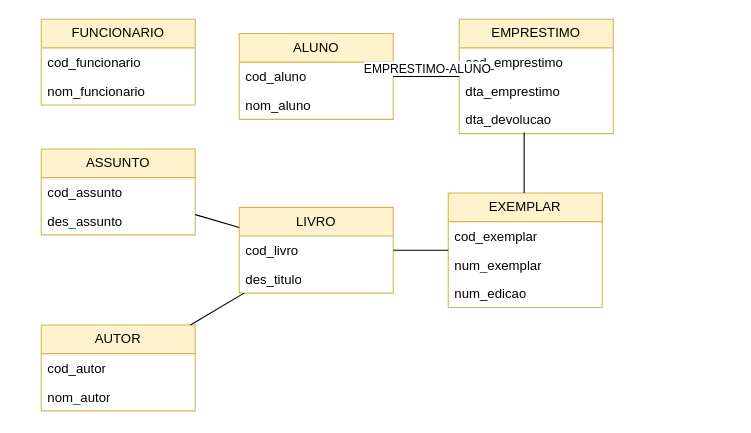
This is vendadeprodutos.drawio from NicolasKevin2/BD, a draw.io file, before an edit. Source tidied: cells renumbered, new cells numbered last; positions are measured from the earlier drawing's top-left corner, leaving out a move shared by most shapes. Both pictures are drawn from the tidied source at 110%, with x=0, y=0 at pixel (41, 19).
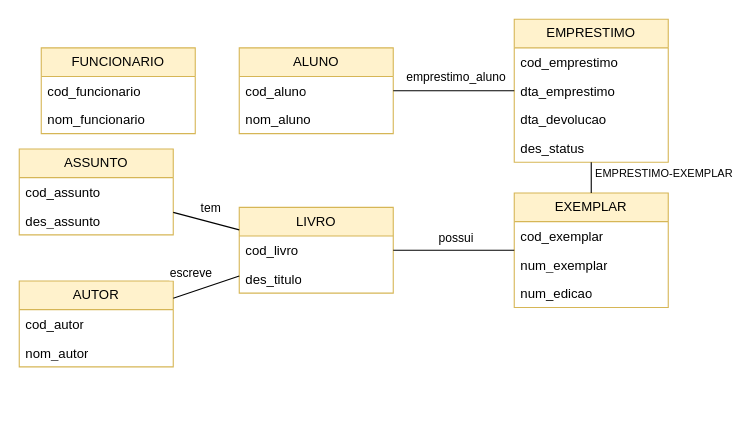
Above is the later version.

Unchanged cells that the change refers to:
```xml
<mxCell id="14" style="endArrow=none;html=1;rounded=0;" parent="1" edge="1" source="8" target="5">
  <mxGeometry relative="1" as="geometry" />
</mxCell>
<mxCell id="18" value="dta_devolucao" style="text;strokeColor=none;fillColor=none;align=left;verticalAlign=top;spacingLeft=4;spacingRight=4;overflow=hidden;points=[[0,0.5],[1,0.5]];portConstraint=eastwest;whiteSpace=wrap;html=1;" parent="15" vertex="1">
  <mxGeometry y="78" width="140" height="26" as="geometry" />
</mxCell>
<mxCell id="23" style="endArrow=none;html=1;rounded=0;" parent="1" edge="1" source="15" target="2">
  <mxGeometry relative="1" as="geometry" />
</mxCell>
<mxCell id="28" style="endArrow=none;html=1;rounded=0;" parent="1" edge="1" source="8" target="25">
  <mxGeometry relative="1" as="geometry" />
</mxCell>
<mxCell id="29" style="endArrow=none;html=1;rounded=0;" parent="1" edge="1" source="8" target="19">
  <mxGeometry relative="1" as="geometry" />
</mxCell>
```

The edit, as a diff of the source:
```diff
@@
     <mxCell id="2" value="ALUNO" style="swimlane;fontStyle=0;horizontal=1;startSize=26;fillColor=#fff2cc;whiteSpace=wrap;html=1;strokeColor=#d6b656;" parent="1" vertex="1">
-      <mxGeometry x="180" y="13" width="140" height="78" as="geometry" />
+      <mxGeometry x="180" y="26" width="140" height="78" as="geometry" />
     </mxCell>
@@
     <mxCell id="5" value="AUTOR" style="swimlane;fontStyle=0;horizontal=1;startSize=26;fillColor=#fff2cc;whiteSpace=wrap;html=1;strokeColor=#d6b656;" parent="1" vertex="1">
-      <mxGeometry y="278" width="140" height="78" as="geometry" />
+      <mxGeometry x="-20" y="238" width="140" height="78" as="geometry" />
     </mxCell>
@@
     <mxCell id="11" value="FUNCIONARIO" style="swimlane;fontStyle=0;horizontal=1;startSize=26;fillColor=#fff2cc;whiteSpace=wrap;html=1;strokeColor=#d6b656;" parent="1" vertex="1">
-      <mxGeometry width="140" height="78" as="geometry" />
+      <mxGeometry y="26" width="140" height="78" as="geometry" />
     </mxCell>
@@
+    <mxCell id="31" value="escreve" style="edgeLabel;html=1;align=center;verticalAlign=middle;" parent="14" vertex="1">
+      <mxGeometry x="-0.17" y="2" relative="1" as="geometry">
+        <mxPoint x="-20" y="-13" as="offset" />
+      </mxGeometry>
+    </mxCell>
     <mxCell id="15" value="EMPRESTIMO" style="swimlane;fontStyle=0;horizontal=1;startSize=26;fillColor=#fff2cc;whiteSpace=wrap;html=1;strokeColor=#d6b656;" parent="1" vertex="1">
-      <mxGeometry x="380" width="140" height="104" as="geometry" />
+      <mxGeometry x="430" width="140" height="130" as="geometry" />
     </mxCell>
@@
+    <mxCell id="32" value="des_status" style="text;strokeColor=none;fillColor=none;align=left;verticalAlign=top;spacingLeft=4;spacingRight=4;overflow=hidden;whiteSpace=wrap;html=1;" parent="15" vertex="1">
+      <mxGeometry y="104" width="140" height="26" as="geometry" />
+    </mxCell>
     <mxCell id="19" value="EXEMPLAR" style="swimlane;fontStyle=0;horizontal=1;startSize=26;fillColor=#fff2cc;whiteSpace=wrap;html=1;strokeColor=#d6b656;" parent="1" vertex="1">
-      <mxGeometry x="370" y="158" width="140" height="104" as="geometry" />
+      <mxGeometry x="430" y="158" width="140" height="104" as="geometry" />
     </mxCell>
@@
-    <mxCell id="24" value="EMPRESTIMO-ALUNO" style="edgeLabel;html=1;align=center;verticalAlign=middle;" parent="23" vertex="1">
-      <mxGeometry x="-0.03" y="-2" relative="1" as="geometry">
-        <mxPoint x="-1" y="-6" as="offset" />
-      </mxGeometry>
-    </mxCell>
+    <mxCell id="33" value="emprestimo_aluno" style="edgeLabel;html=1;align=center;verticalAlign=middle;" parent="23" vertex="1">
+      <mxGeometry x="-0.02" relative="1" as="geometry">
+        <mxPoint y="-13" as="offset" />
+      </mxGeometry>
+    </mxCell>
     <mxCell id="25" value="ASSUNTO" style="swimlane;fontStyle=0;horizontal=1;startSize=26;fillColor=#fff2cc;whiteSpace=wrap;html=1;strokeColor=#d6b656;" parent="1" vertex="1">
-      <mxGeometry y="118" width="140" height="78" as="geometry" />
+      <mxGeometry x="-20" y="118" width="140" height="78" as="geometry" />
     </mxCell>
@@
+    <mxCell id="34" value="tem" style="edgeLabel;html=1;align=center;verticalAlign=middle;" parent="28" vertex="1">
+      <mxGeometry x="-0.08" relative="1" as="geometry">
+        <mxPoint x="2" y="-13" as="offset" />
+      </mxGeometry>
+    </mxCell>
@@
+    <mxCell id="35" value="possui" style="edgeLabel;html=1;align=center;verticalAlign=middle;" parent="29" vertex="1">
+      <mxGeometry x="0.03" y="1" relative="1" as="geometry">
+        <mxPoint x="-1" y="-11" as="offset" />
+      </mxGeometry>
+    </mxCell>
-    <mxCell id="30" style="endArrow=none;html=1;rounded=0;entryX=0.421;entryY=0.962;entryDx=0;entryDy=0;entryPerimeter=0;edgeStyle=elbowEdgeStyle;" parent="1" edge="1" source="19" target="18">
+    <mxCell id="30" style="endArrow=none;html=1;rounded=0;edgeStyle=elbowEdgeStyle;" parent="1" edge="1" source="19" target="15">
       <mxGeometry relative="1" as="geometry" />
     </mxCell>
+    <mxCell id="36" value="&lt;font style=&quot;font-size: 10px;&quot;&gt;EMPRESTIMO-EXEMPLAR&lt;/font&gt;" style="edgeLabel;html=1;align=center;verticalAlign=middle;" parent="30" vertex="1">
+      <mxGeometry x="-0.27" y="-2" relative="1" as="geometry">
+        <mxPoint x="63" y="-9" as="offset" />
+      </mxGeometry>
+    </mxCell>
```
